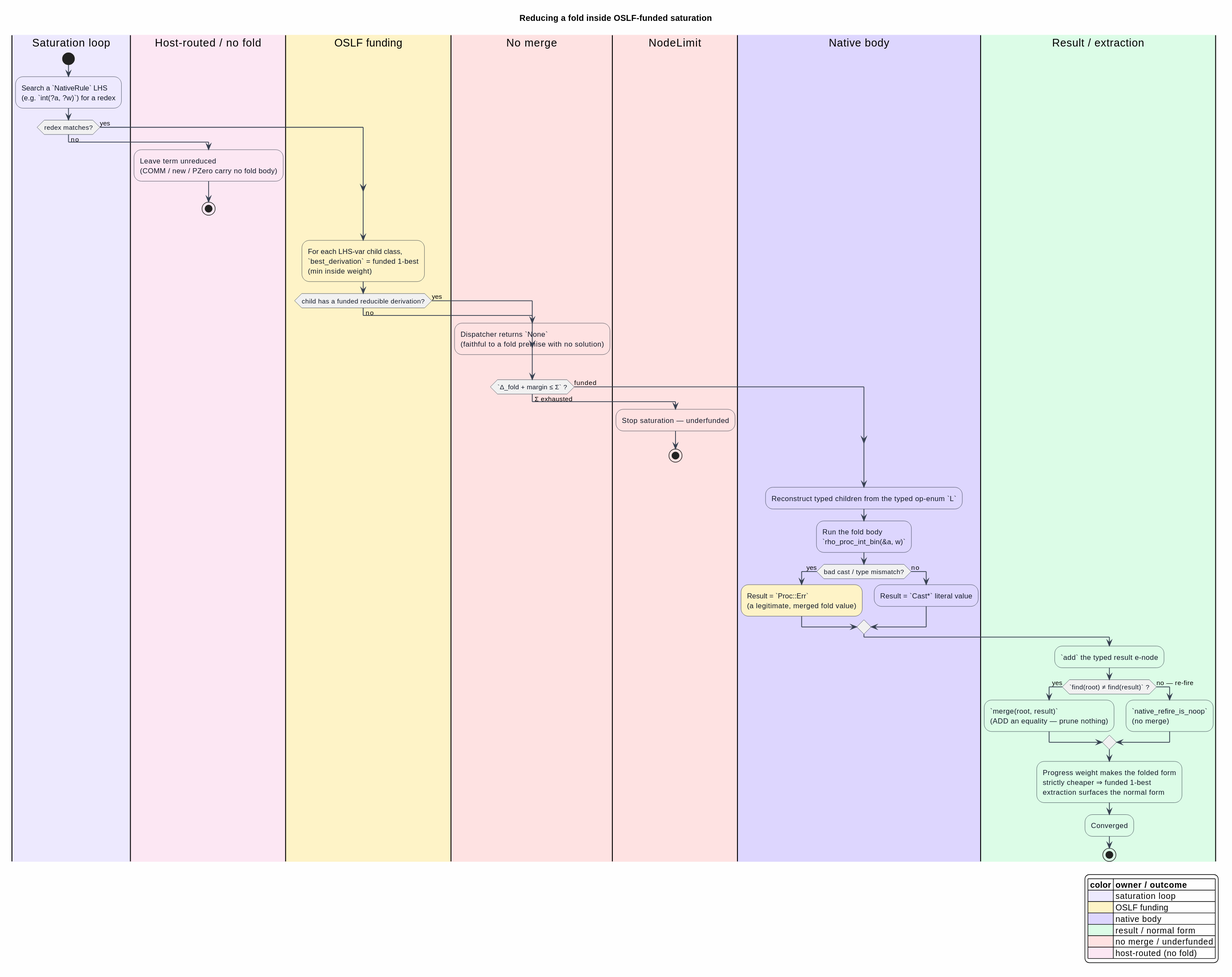
The PlantUML diagram docs/design/dovetail-engine/figures/12-native-fold-saturation-flow.svg in F1R3FLY-io/mettail-rust, before a commit.
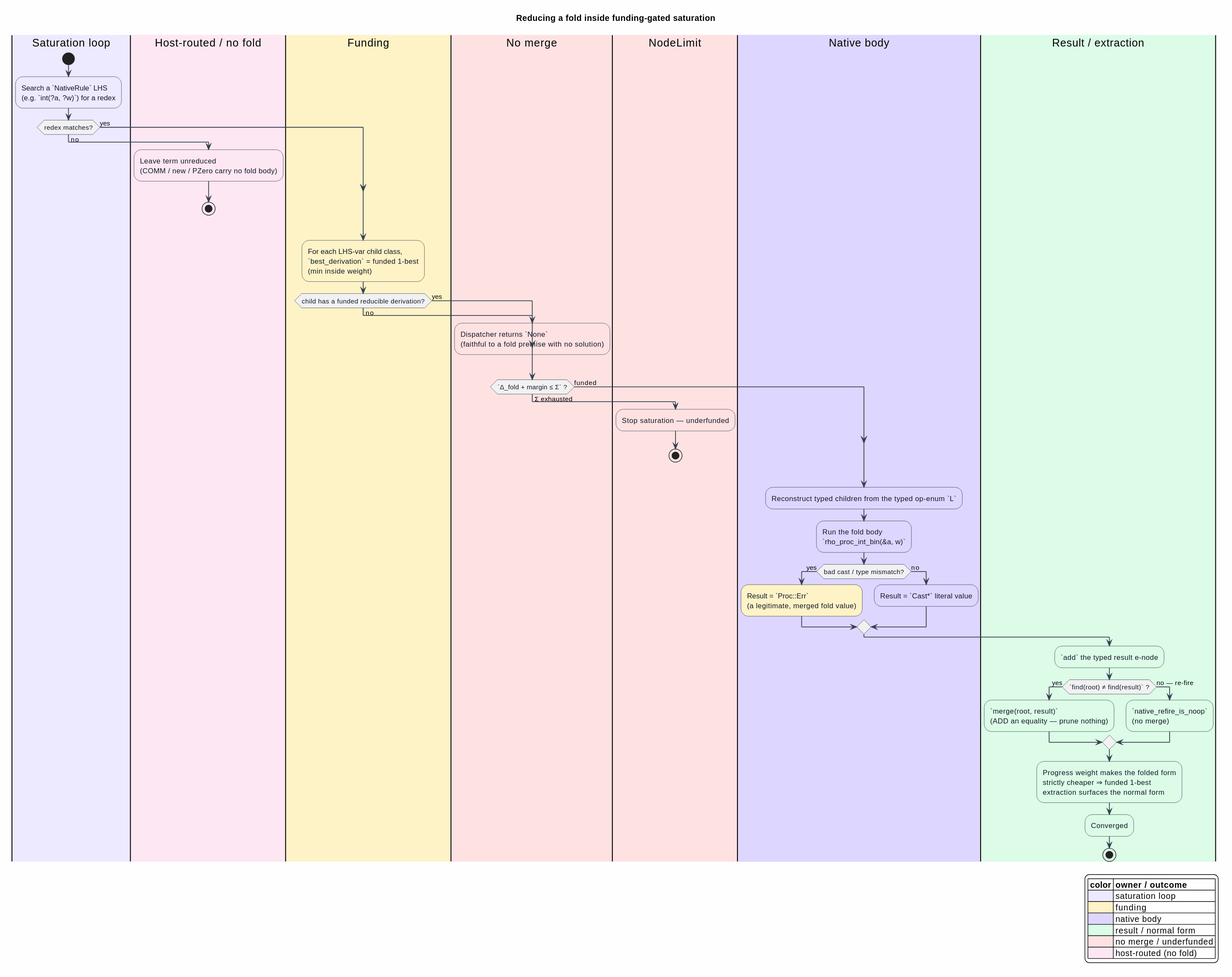
After the change.

Change to the diagram source:
```diff
@@ -1,5 +1,5 @@
 @startuml
-title Reducing a fold inside OSLF-funded saturation
+title Reducing a fold inside funding-gated saturation
 
 skinparam backgroundColor #FEFEFE
 skinparam shadowing false
@@ -22,7 +22,7 @@
   stop
 endif
 
-|#FEF3C7|OSLF funding|
+|#FEF3C7|Funding|
 :For each LHS-var child class,\n`best_derivation` = funded 1-best\n(min inside weight); <<#FEF3C7>>
 if (child has a funded reducible derivation?) then (yes)
 else (no)
@@ -60,7 +60,7 @@
 legend right
   |= color |= owner / outcome |
   |<#EDE9FE>| saturation loop |
-  |<#FEF3C7>| OSLF funding |
+  |<#FEF3C7>| funding |
   |<#DDD6FE>| native body |
   |<#DCFCE7>| result / normal form |
   |<#FEE2E2>| no merge / underfunded |
```
